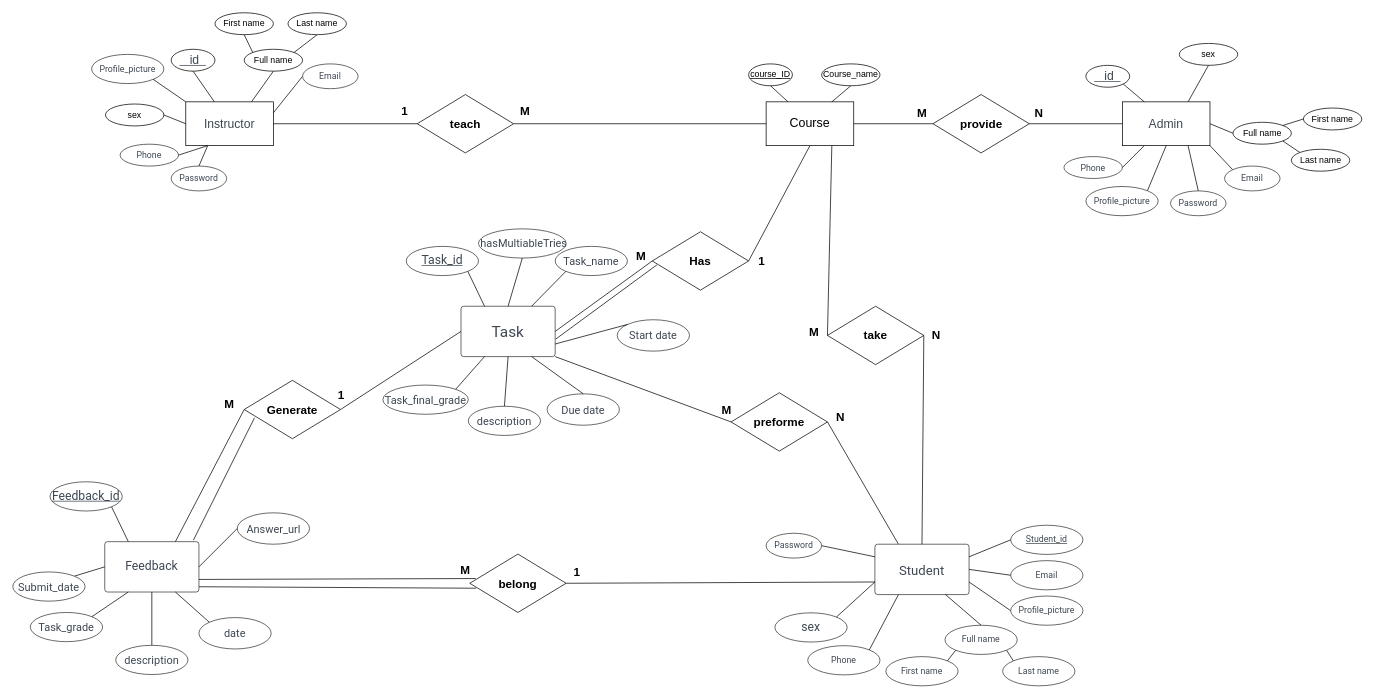
Nawaf9529/project-diagrams-1 keeps this draw.io diagram as page "Page-1" (1 of 2) of Untitled Diagram.drawio. Above is the earlier version. Source tidied: cells renumbered, new cells numbered last; positions are measured from the earlier drawing's top-left corner, leaving out a move shared by most shapes. Both pictures are drawn from the tidied source at 73%, with x=0, y=0 at pixel (12, 12).
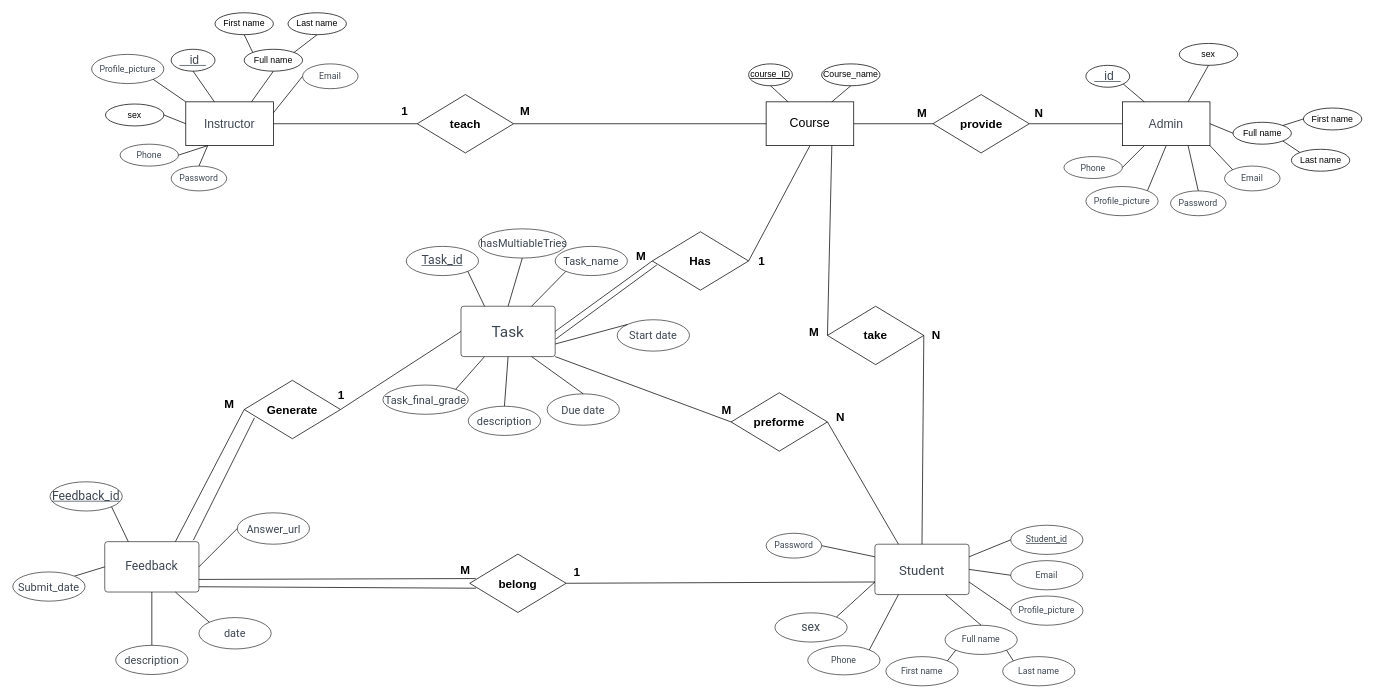
After the change.

The change refers to these unchanged cells:
```xml
<mxCell id="50" value="Feedback" style="html=1;overflow=block;blockSpacing=1;whiteSpace=wrap;fontSize=16.7;fontFamily=Roboto;fontColor=#3d4752;align=center;spacing=3.8;strokeOpacity=100;fillOpacity=100;rounded=1;absoluteArcSize=1;arcSize=7.5;fillColor=#ffffff;strokeWidth=0.8;lucidId=z8JohozBBHBn;" parent="1" vertex="1">
  <mxGeometry x="126" y="724.5" width="129" height="69" as="geometry" />
</mxCell>
```

The edit, as a diff of the source:
```diff
@@
-    <mxCell id="52" value="Task_grade" style="html=1;overflow=block;blockSpacing=1;whiteSpace=wrap;ellipse;fontSize=15;fontFamily=Roboto;fontColor=#3d4752;align=center;spacing=3.8;strokeOpacity=100;fillOpacity=100;rounded=1;absoluteArcSize=1;arcSize=7.5;fillColor=#ffffff;strokeWidth=0.8;lucidId=z8JojGHYJCK3;" parent="1" vertex="1">
-      <mxGeometry x="24" y="821.5" width="99" height="40" as="geometry" />
-    </mxCell>
@@
-    <mxCell id="57" style="endArrow=none;html=1;rounded=0;entryX=1;entryY=0;entryDx=0;entryDy=0;exitX=0.25;exitY=1;exitDx=0;exitDy=0;fontSize=12;" parent="1" edge="1" source="50" target="52">
-      <mxGeometry relative="1" as="geometry" />
-    </mxCell>
```
